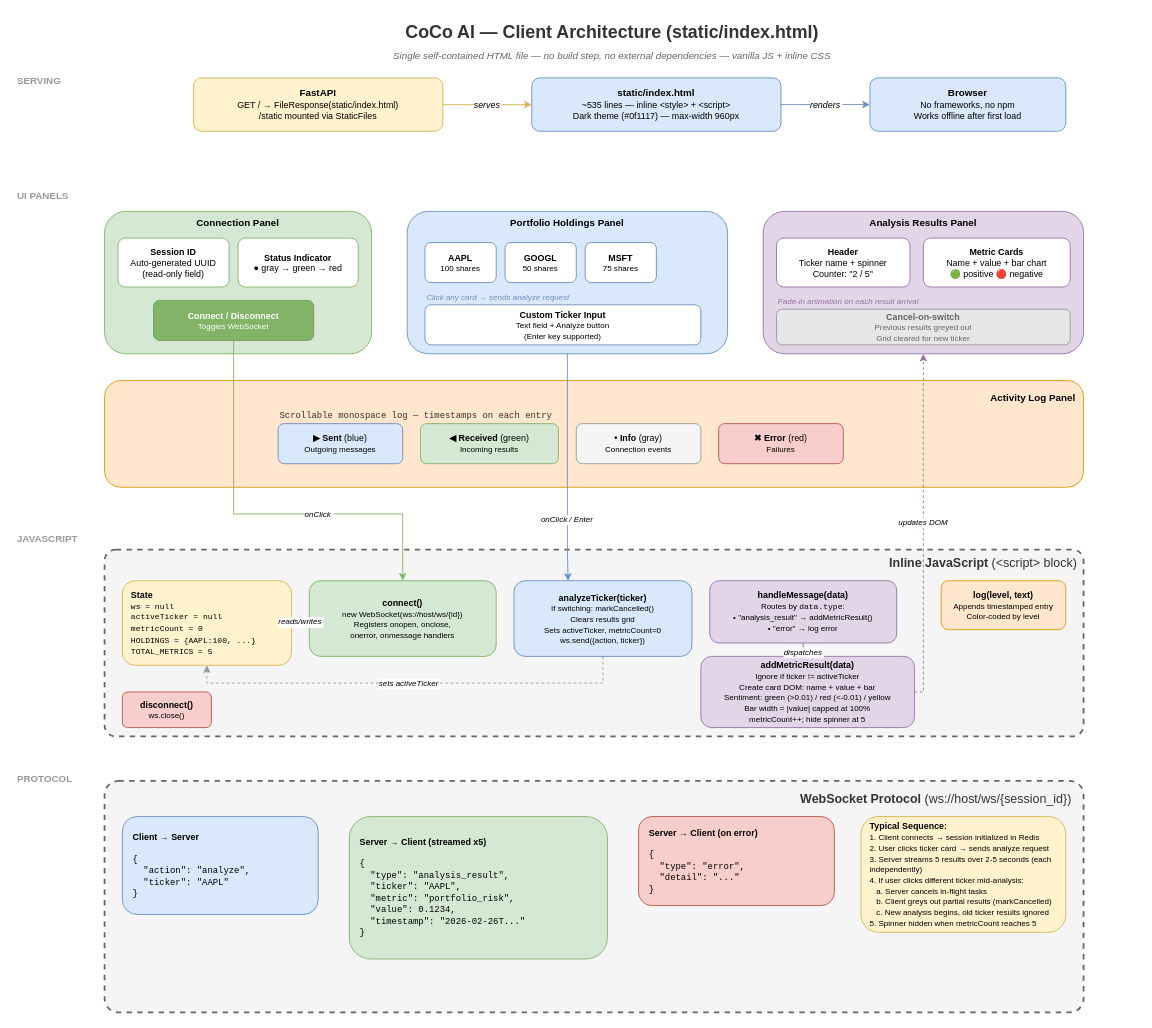
onexdata/stock-portfolio-analysis keeps this draw.io diagram as page "Client Architecture" (3 of 3) of documentation/diagrams/system-architecture.drawio. Above is the earlier version. Source tidied: cells renumbered, new cells numbered last; positions are measured from the earlier drawing's top-left corner, leaving out a move shared by most shapes. Both pictures are drawn from the tidied source at 89%, with x=0, y=0 at pixel (15, 15).
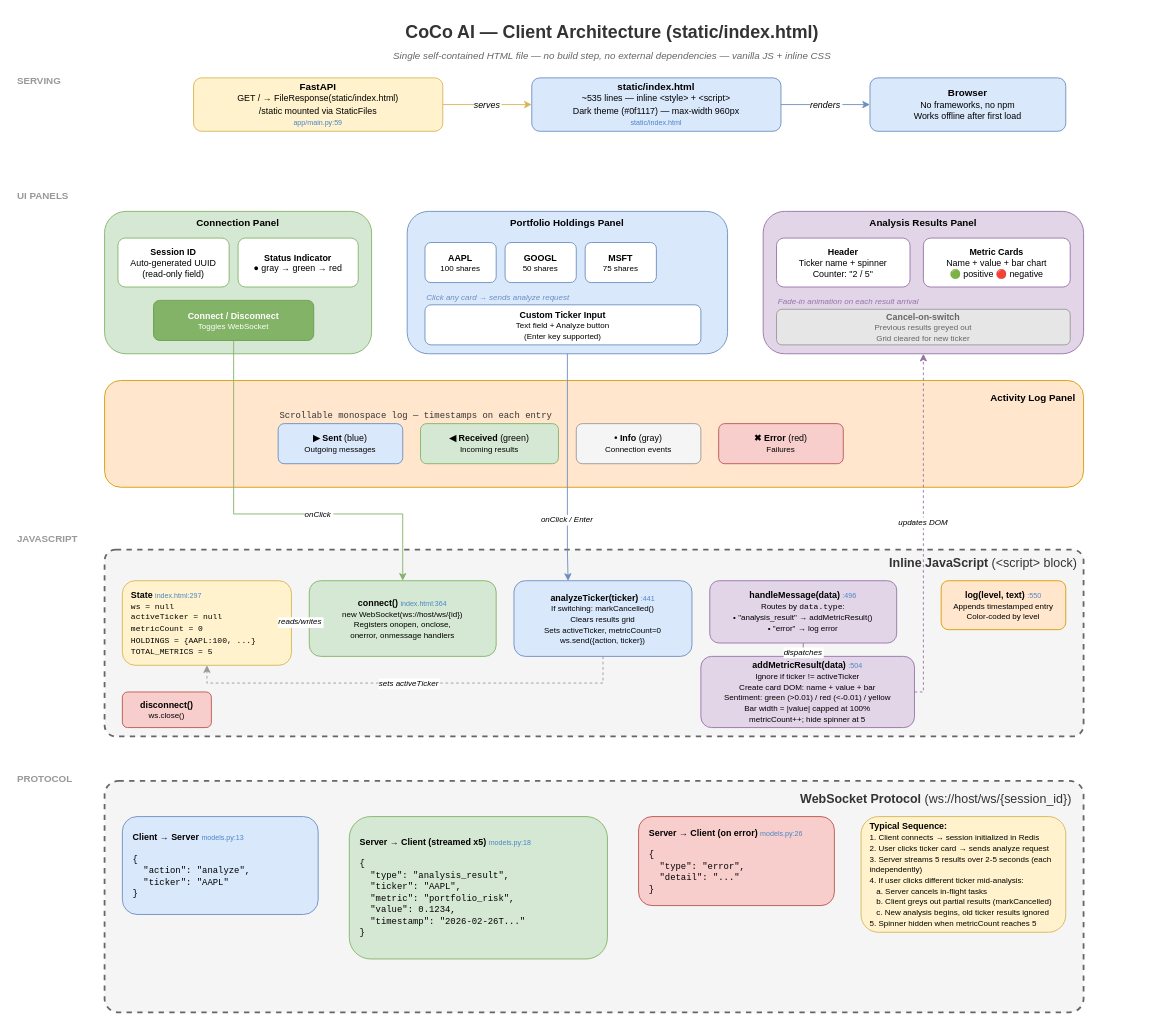
The same diagram, later.

The edit, as a diff of the source:
```diff
@@
-    <mxCell id="8" value="&lt;b&gt;FastAPI&lt;/b&gt;&lt;br&gt;&lt;font style=&quot;font-size:10px&quot;&gt;GET / → FileResponse(static/index.html)&lt;br&gt;/static mounted via StaticFiles&lt;/font&gt;" style="rounded=1;whiteSpace=wrap;html=1;fillColor=#fff2cc;strokeColor=#d6b656;fontSize=11;" parent="1" vertex="1">
+    <mxCell id="8" value="&lt;b&gt;FastAPI&lt;/b&gt;&lt;br&gt;&lt;font style=&quot;font-size:10px&quot;&gt;GET / → FileResponse(static/index.html)&lt;br&gt;/static mounted via StaticFiles&lt;/font&gt;&lt;br&gt;&lt;font style=&quot;font-size:8px;color:#4a86c8&quot;&gt;app/main.py:59&lt;/font&gt;" style="rounded=1;whiteSpace=wrap;html=1;fillColor=#fff2cc;strokeColor=#d6b656;fontSize=11;" parent="1" vertex="1">
       <mxGeometry x="200" y="70" width="280" height="60" as="geometry" />
     </mxCell>
-    <mxCell id="9" value="&lt;b&gt;static/index.html&lt;/b&gt;&lt;br&gt;&lt;font style=&quot;font-size:10px&quot;&gt;~535 lines — inline &amp;lt;style&amp;gt; + &amp;lt;script&amp;gt;&lt;br&gt;Dark theme (#0f1117) — max-width 960px&lt;/font&gt;" style="rounded=1;whiteSpace=wrap;html=1;fillColor=#dae8fc;strokeColor=#6c8ebf;fontSize=11;" parent="1" vertex="1">
+    <mxCell id="9" value="&lt;b&gt;static/index.html&lt;/b&gt;&lt;br&gt;&lt;font style=&quot;font-size:10px&quot;&gt;~535 lines — inline &amp;lt;style&amp;gt; + &amp;lt;script&amp;gt;&lt;br&gt;Dark theme (#0f1117) — max-width 960px&lt;/font&gt;&lt;br&gt;&lt;font style=&quot;font-size:8px;color:#4a86c8&quot;&gt;static/index.html&lt;/font&gt;" style="rounded=1;whiteSpace=wrap;html=1;fillColor=#dae8fc;strokeColor=#6c8ebf;fontSize=11;" parent="1" vertex="1">
       <mxGeometry x="580" y="70" width="280" height="60" as="geometry" />
     </mxCell>
@@
-    <mxCell id="36" value="&lt;b&gt;State&lt;/b&gt;&lt;br&gt;&lt;font style=&quot;font-family:monospace;font-size:9px&quot;&gt;ws = null&lt;br&gt;activeTicker = null&lt;br&gt;metricCount = 0&lt;br&gt;HOLDINGS = {AAPL:100, ...}&lt;br&gt;TOTAL_METRICS = 5&lt;/font&gt;" style="rounded=1;whiteSpace=wrap;html=1;fillColor=#fff2cc;strokeColor=#d6b656;fontSize=10;align=left;spacingLeft=8;" parent="1" vertex="1">
+    <mxCell id="36" value="&lt;b&gt;State&lt;/b&gt; &lt;font style=&quot;font-size:8px;color:#4a86c8&quot;&gt;index.html:297&lt;/font&gt;&lt;br&gt;&lt;font style=&quot;font-family:monospace;font-size:9px&quot;&gt;ws = null&lt;br&gt;activeTicker = null&lt;br&gt;metricCount = 0&lt;br&gt;HOLDINGS = {AAPL:100, ...}&lt;br&gt;TOTAL_METRICS = 5&lt;/font&gt;" style="rounded=1;whiteSpace=wrap;html=1;fillColor=#fff2cc;strokeColor=#d6b656;fontSize=10;align=left;spacingLeft=8;" parent="1" vertex="1">
       <mxGeometry x="120" y="635" width="190" height="95" as="geometry" />
     </mxCell>
-    <mxCell id="37" value="&lt;b&gt;connect()&lt;/b&gt;&lt;br&gt;&lt;font style=&quot;font-size:9px&quot;&gt;new WebSocket(ws://host/ws/{id})&lt;br&gt;Registers onopen, onclose,&lt;br&gt;onerror, onmessage handlers&lt;/font&gt;" style="rounded=1;whiteSpace=wrap;html=1;fillColor=#d5e8d4;strokeColor=#82b366;fontSize=10;" parent="1" vertex="1">
+    <mxCell id="37" value="&lt;b&gt;connect()&lt;/b&gt; &lt;font style=&quot;font-size:8px;color:#4a86c8&quot;&gt;index.html:364&lt;/font&gt;&lt;br&gt;&lt;font style=&quot;font-size:9px&quot;&gt;new WebSocket(ws://host/ws/{id})&lt;br&gt;Registers onopen, onclose,&lt;br&gt;onerror, onmessage handlers&lt;/font&gt;" style="rounded=1;whiteSpace=wrap;html=1;fillColor=#d5e8d4;strokeColor=#82b366;fontSize=10;" parent="1" vertex="1">
       <mxGeometry x="330" y="635" width="210" height="85" as="geometry" />
     </mxCell>
@@
-    <mxCell id="39" value="&lt;b&gt;analyzeTicker(ticker)&lt;/b&gt;&lt;br&gt;&lt;font style=&quot;font-size:9px&quot;&gt;If switching: markCancelled()&lt;br&gt;Clears results grid&lt;br&gt;Sets activeTicker, metricCount=0&lt;br&gt;ws.send({action, ticker})&lt;/font&gt;" style="rounded=1;whiteSpace=wrap;html=1;fillColor=#dae8fc;strokeColor=#6c8ebf;fontSize=10;" parent="1" vertex="1">
+    <mxCell id="39" value="&lt;b&gt;analyzeTicker(ticker)&lt;/b&gt; &lt;font style=&quot;font-size:8px;color:#4a86c8&quot;&gt;:441&lt;/font&gt;&lt;br&gt;&lt;font style=&quot;font-size:9px&quot;&gt;If switching: markCancelled()&lt;br&gt;Clears results grid&lt;br&gt;Sets activeTicker, metricCount=0&lt;br&gt;ws.send({action, ticker})&lt;/font&gt;" style="rounded=1;whiteSpace=wrap;html=1;fillColor=#dae8fc;strokeColor=#6c8ebf;fontSize=10;" parent="1" vertex="1">
       <mxGeometry x="560" y="635" width="200" height="85" as="geometry" />
     </mxCell>
-    <mxCell id="40" value="&lt;b&gt;handleMessage(data)&lt;/b&gt;&lt;br&gt;&lt;font style=&quot;font-size:9px&quot;&gt;Routes by &lt;code&gt;data.type&lt;/code&gt;:&lt;br&gt;&amp;bull; &quot;analysis_result&quot; → addMetricResult()&lt;br&gt;&amp;bull; &quot;error&quot; → log error&lt;/font&gt;" style="rounded=1;whiteSpace=wrap;html=1;fillColor=#e1d5e7;strokeColor=#9673a6;fontSize=10;" parent="1" vertex="1">
+    <mxCell id="40" value="&lt;b&gt;handleMessage(data)&lt;/b&gt; &lt;font style=&quot;font-size:8px;color:#4a86c8&quot;&gt;:496&lt;/font&gt;&lt;br&gt;&lt;font style=&quot;font-size:9px&quot;&gt;Routes by &lt;code&gt;data.type&lt;/code&gt;:&lt;br&gt;&amp;bull; &quot;analysis_result&quot; → addMetricResult()&lt;br&gt;&amp;bull; &quot;error&quot; → log error&lt;/font&gt;" style="rounded=1;whiteSpace=wrap;html=1;fillColor=#e1d5e7;strokeColor=#9673a6;fontSize=10;" parent="1" vertex="1">
       <mxGeometry x="780" y="635" width="210" height="70" as="geometry" />
     </mxCell>
-    <mxCell id="41" value="&lt;b&gt;addMetricResult(data)&lt;/b&gt;&lt;br&gt;&lt;font style=&quot;font-size:9px&quot;&gt;Ignore if ticker != activeTicker&lt;br&gt;Create card DOM: name + value + bar&lt;br&gt;Sentiment: green (&amp;gt;0.01) / red (&amp;lt;-0.01) / yellow&lt;br&gt;Bar width = |value| capped at 100%&lt;br&gt;metricCount++; hide spinner at 5&lt;/font&gt;" style="rounded=1;whiteSpace=wrap;html=1;fillColor=#e1d5e7;strokeColor=#9673a6;fontSize=10;" parent="1" vertex="1">
+    <mxCell id="41" value="&lt;b&gt;addMetricResult(data)&lt;/b&gt; &lt;font style=&quot;font-size:8px;color:#4a86c8&quot;&gt;:504&lt;/font&gt;&lt;br&gt;&lt;font style=&quot;font-size:9px&quot;&gt;Ignore if ticker != activeTicker&lt;br&gt;Create card DOM: name + value + bar&lt;br&gt;Sentiment: green (&amp;gt;0.01) / red (&amp;lt;-0.01) / yellow&lt;br&gt;Bar width = |value| capped at 100%&lt;br&gt;metricCount++; hide spinner at 5&lt;/font&gt;" style="rounded=1;whiteSpace=wrap;html=1;fillColor=#e1d5e7;strokeColor=#9673a6;fontSize=10;" parent="1" vertex="1">
       <mxGeometry x="770" y="720" width="240" height="80" as="geometry" />
     </mxCell>
-    <mxCell id="42" value="&lt;b&gt;log(level, text)&lt;/b&gt;&lt;br&gt;&lt;font style=&quot;font-size:9px&quot;&gt;Appends timestamped entry&lt;br&gt;Color-coded by level&lt;/font&gt;" style="rounded=1;whiteSpace=wrap;html=1;fillColor=#ffe6cc;strokeColor=#d79b00;fontSize=10;" parent="1" vertex="1">
+    <mxCell id="42" value="&lt;b&gt;log(level, text)&lt;/b&gt; &lt;font style=&quot;font-size:8px;color:#4a86c8&quot;&gt;:550&lt;/font&gt;&lt;br&gt;&lt;font style=&quot;font-size:9px&quot;&gt;Appends timestamped entry&lt;br&gt;Color-coded by level&lt;/font&gt;" style="rounded=1;whiteSpace=wrap;html=1;fillColor=#ffe6cc;strokeColor=#d79b00;fontSize=10;" parent="1" vertex="1">
       <mxGeometry x="1040" y="635" width="140" height="55" as="geometry" />
     </mxCell>
@@
-    <mxCell id="48" value="&lt;b&gt;Client → Server&lt;/b&gt;&lt;br&gt;&lt;br&gt;&lt;font style=&quot;font-family:monospace;font-size:10px&quot;&gt;{&lt;br&gt;&amp;nbsp;&amp;nbsp;&quot;action&quot;: &quot;analyze&quot;,&lt;br&gt;&amp;nbsp;&amp;nbsp;&quot;ticker&quot;: &quot;AAPL&quot;&lt;br&gt;}&lt;/font&gt;" style="rounded=1;whiteSpace=wrap;html=1;fillColor=#dae8fc;strokeColor=#6c8ebf;fontSize=10;align=left;spacingLeft=10;" parent="1" vertex="1">
+    <mxCell id="48" value="&lt;b&gt;Client → Server&lt;/b&gt; &lt;font style=&quot;font-size:8px;color:#4a86c8&quot;&gt;models.py:13&lt;/font&gt;&lt;br&gt;&lt;br&gt;&lt;font style=&quot;font-family:monospace;font-size:10px&quot;&gt;{&lt;br&gt;&amp;nbsp;&amp;nbsp;&quot;action&quot;: &quot;analyze&quot;,&lt;br&gt;&amp;nbsp;&amp;nbsp;&quot;ticker&quot;: &quot;AAPL&quot;&lt;br&gt;}&lt;/font&gt;" style="rounded=1;whiteSpace=wrap;html=1;fillColor=#dae8fc;strokeColor=#6c8ebf;fontSize=10;align=left;spacingLeft=10;" parent="1" vertex="1">
       <mxGeometry x="120" y="900" width="220" height="110" as="geometry" />
     </mxCell>
-    <mxCell id="49" value="&lt;b&gt;Server → Client (streamed x5)&lt;/b&gt;&lt;br&gt;&lt;br&gt;&lt;font style=&quot;font-family:monospace;font-size:10px&quot;&gt;{&lt;br&gt;&amp;nbsp;&amp;nbsp;&quot;type&quot;: &quot;analysis_result&quot;,&lt;br&gt;&amp;nbsp;&amp;nbsp;&quot;ticker&quot;: &quot;AAPL&quot;,&lt;br&gt;&amp;nbsp;&amp;nbsp;&quot;metric&quot;: &quot;portfolio_risk&quot;,&lt;br&gt;&amp;nbsp;&amp;nbsp;&quot;value&quot;: 0.1234,&lt;br&gt;&amp;nbsp;&amp;nbsp;&quot;timestamp&quot;: &quot;2026-02-26T...&quot;&lt;br&gt;}&lt;/font&gt;" style="rounded=1;whiteSpace=wrap;html=1;fillColor=#d5e8d4;strokeColor=#82b366;fontSize=10;align=left;spacingLeft=10;" parent="1" vertex="1">
+    <mxCell id="49" value="&lt;b&gt;Server → Client (streamed x5)&lt;/b&gt; &lt;font style=&quot;font-size:8px;color:#4a86c8&quot;&gt;models.py:18&lt;/font&gt;&lt;br&gt;&lt;br&gt;&lt;font style=&quot;font-family:monospace;font-size:10px&quot;&gt;{&lt;br&gt;&amp;nbsp;&amp;nbsp;&quot;type&quot;: &quot;analysis_result&quot;,&lt;br&gt;&amp;nbsp;&amp;nbsp;&quot;ticker&quot;: &quot;AAPL&quot;,&lt;br&gt;&amp;nbsp;&amp;nbsp;&quot;metric&quot;: &quot;portfolio_risk&quot;,&lt;br&gt;&amp;nbsp;&amp;nbsp;&quot;value&quot;: 0.1234,&lt;br&gt;&amp;nbsp;&amp;nbsp;&quot;timestamp&quot;: &quot;2026-02-26T...&quot;&lt;br&gt;}&lt;/font&gt;" style="rounded=1;whiteSpace=wrap;html=1;fillColor=#d5e8d4;strokeColor=#82b366;fontSize=10;align=left;spacingLeft=10;" parent="1" vertex="1">
       <mxGeometry x="375" y="900" width="290" height="160" as="geometry" />
     </mxCell>
-    <mxCell id="50" value="&lt;b&gt;Server → Client (on error)&lt;/b&gt;&lt;br&gt;&lt;br&gt;&lt;font style=&quot;font-family:monospace;font-size:10px&quot;&gt;{&lt;br&gt;&amp;nbsp;&amp;nbsp;&quot;type&quot;: &quot;error&quot;,&lt;br&gt;&amp;nbsp;&amp;nbsp;&quot;detail&quot;: &quot;...&quot;&lt;br&gt;}&lt;/font&gt;" style="rounded=1;whiteSpace=wrap;html=1;fillColor=#f8cecc;strokeColor=#b85450;fontSize=10;align=left;spacingLeft=10;" parent="1" vertex="1">
+    <mxCell id="50" value="&lt;b&gt;Server → Client (on error)&lt;/b&gt; &lt;font style=&quot;font-size:8px;color:#4a86c8&quot;&gt;models.py:26&lt;/font&gt;&lt;br&gt;&lt;br&gt;&lt;font style=&quot;font-family:monospace;font-size:10px&quot;&gt;{&lt;br&gt;&amp;nbsp;&amp;nbsp;&quot;type&quot;: &quot;error&quot;,&lt;br&gt;&amp;nbsp;&amp;nbsp;&quot;detail&quot;: &quot;...&quot;&lt;br&gt;}&lt;/font&gt;" style="rounded=1;whiteSpace=wrap;html=1;fillColor=#f8cecc;strokeColor=#b85450;fontSize=10;align=left;spacingLeft=10;" parent="1" vertex="1">
       <mxGeometry x="700" y="900" width="220" height="100" as="geometry" />
     </mxCell>
```
